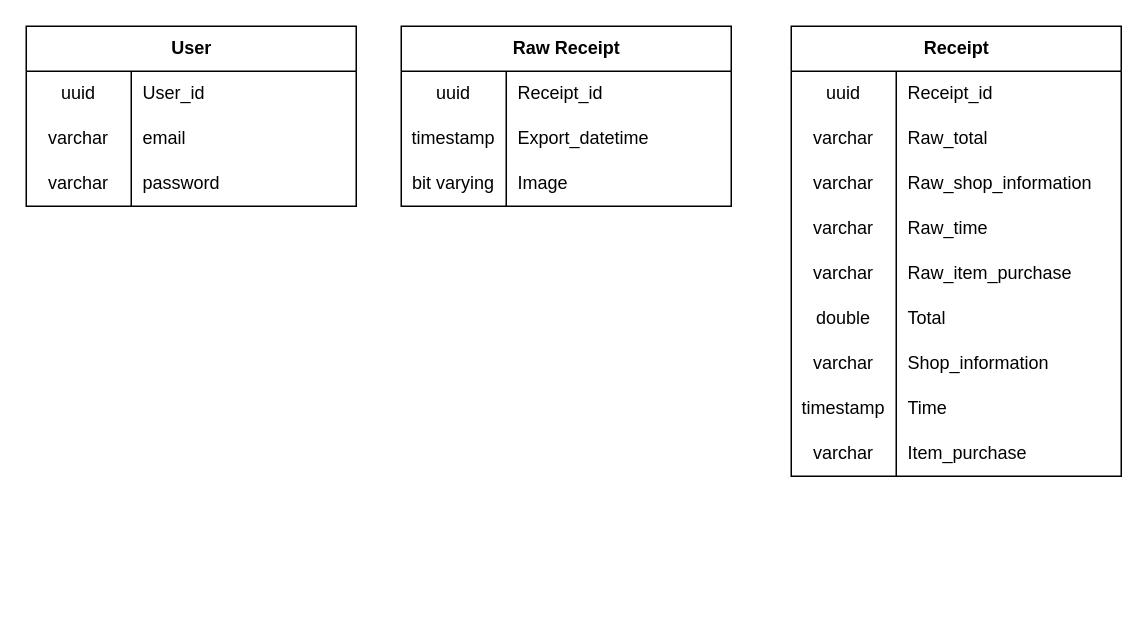
This is report/diagram/database class.drawio from DamienMauj/receipt_extractor, a draw.io file, before an edit. Source tidied: cells renumbered, new cells numbered last; positions are measured from the earlier drawing's top-left corner, leaving out a move shared by most shapes. Both pictures are drawn from the tidied source at 150%, with x=0, y=0 at pixel (26, 26).
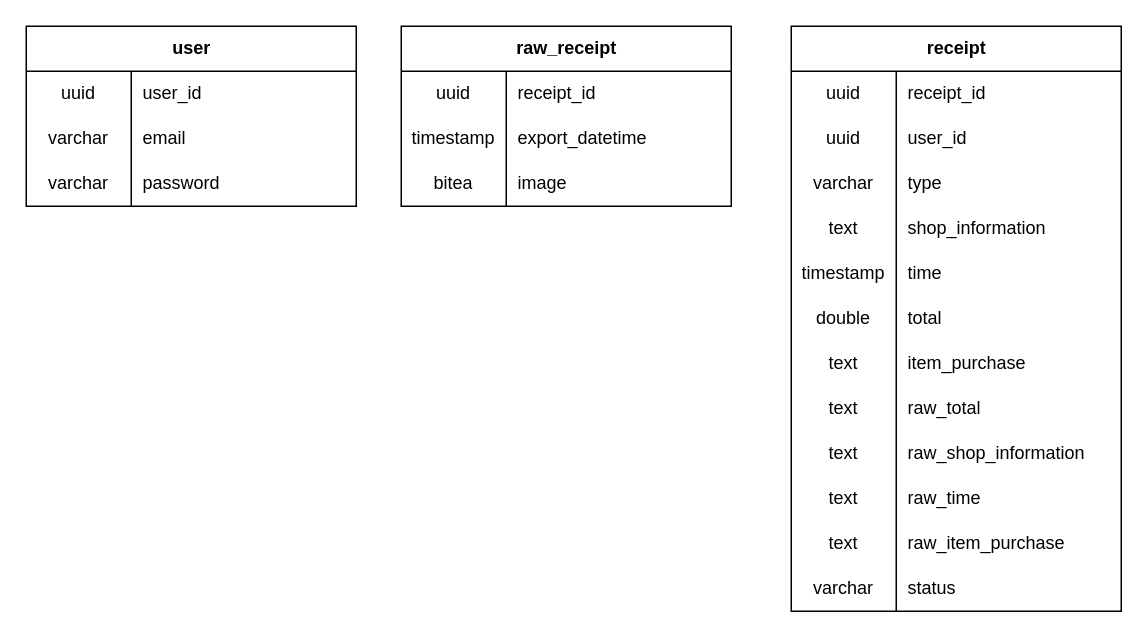
After the change.

The change refers to these unchanged cells:
```xml
<mxCell id="3" style="shape=tableRow;horizontal=0;startSize=0;swimlaneHead=0;swimlaneBody=0;fillColor=none;top=0;left=0;right=0;bottom=0;" parent="2" vertex="1">
  <mxGeometry y="30" width="220" height="30" as="geometry" />
</mxCell>
<mxCell id="13" style="shape=tableRow;horizontal=0;startSize=0;swimlaneHead=0;swimlaneBody=0;fillColor=none;top=0;left=0;right=0;bottom=0;" parent="12" vertex="1">
  <mxGeometry y="30" width="220" height="30" as="geometry" />
</mxCell>
<mxCell id="16" style="shape=tableRow;horizontal=0;startSize=0;swimlaneHead=0;swimlaneBody=0;fillColor=none;top=0;left=0;right=0;bottom=0;" parent="12" vertex="1">
  <mxGeometry y="60" width="220" height="30" as="geometry" />
</mxCell>
<mxCell id="19" style="shape=tableRow;horizontal=0;startSize=0;swimlaneHead=0;swimlaneBody=0;fillColor=none;top=0;left=0;right=0;bottom=0;" parent="12" vertex="1">
  <mxGeometry y="90" width="220" height="30" as="geometry" />
</mxCell>
<mxCell id="23" style="shape=tableRow;horizontal=0;startSize=0;swimlaneHead=0;swimlaneBody=0;fillColor=none;top=0;left=0;right=0;bottom=0;" parent="22" vertex="1">
  <mxGeometry y="30" width="220" height="30" as="geometry" />
</mxCell>
```

What changed in the source:
```diff
@@
-    <mxCell id="2" value="User" style="shape=table;startSize=30;childLayout=tableLayout;rowLines=0;fontStyle=1;align=center;html=1;" parent="1" vertex="1">
+    <mxCell id="2" value="user" style="shape=table;startSize=30;childLayout=tableLayout;rowLines=0;fontStyle=1;align=center;html=1;" parent="1" vertex="1">
       <mxGeometry width="220" height="120" as="geometry" />
     </mxCell>
@@
-    <mxCell id="5" value="User_id" style="shape=partialRectangle;fillColor=none;top=0;left=0;bottom=0;right=0;align=left;spacingLeft=6;overflow=hidden;whiteSpace=wrap;html=1;" parent="3" vertex="1">
+    <mxCell id="5" value="user_id" style="shape=partialRectangle;fillColor=none;top=0;left=0;bottom=0;right=0;align=left;spacingLeft=6;overflow=hidden;whiteSpace=wrap;html=1;" parent="3" vertex="1">
       <mxGeometry x="70" width="150" height="30" as="geometry" />
     </mxCell>
@@
-    <mxCell id="12" value="Raw Receipt" style="shape=table;startSize=30;childLayout=tableLayout;rowLines=0;fontStyle=1;align=center;html=1;" parent="1" vertex="1">
+    <mxCell id="12" value="raw_receipt" style="shape=table;startSize=30;childLayout=tableLayout;rowLines=0;fontStyle=1;align=center;html=1;" parent="1" vertex="1">
       <mxGeometry x="250" width="220" height="120" as="geometry" />
     </mxCell>
@@
-    <mxCell id="15" value="Receipt_id" style="shape=partialRectangle;fillColor=none;top=0;left=0;bottom=0;right=0;align=left;spacingLeft=6;overflow=hidden;whiteSpace=wrap;html=1;" parent="13" vertex="1">
+    <mxCell id="15" value="receipt_id" style="shape=partialRectangle;fillColor=none;top=0;left=0;bottom=0;right=0;align=left;spacingLeft=6;overflow=hidden;whiteSpace=wrap;html=1;" parent="13" vertex="1">
       <mxGeometry x="70" width="150" height="30" as="geometry" />
     </mxCell>
@@
-    <mxCell id="18" value="Export_datetime" style="shape=partialRectangle;fillColor=none;top=0;left=0;bottom=0;right=0;align=left;spacingLeft=6;overflow=hidden;whiteSpace=wrap;html=1;" parent="16" vertex="1">
+    <mxCell id="18" value="export_datetime" style="shape=partialRectangle;fillColor=none;top=0;left=0;bottom=0;right=0;align=left;spacingLeft=6;overflow=hidden;whiteSpace=wrap;html=1;" parent="16" vertex="1">
       <mxGeometry x="70" width="150" height="30" as="geometry" />
     </mxCell>
@@
-    <mxCell id="20" value="bit varying" style="shape=partialRectangle;fillColor=none;top=0;left=0;bottom=0;right=0;overflow=hidden;whiteSpace=wrap;html=1;" parent="19" vertex="1">
+    <mxCell id="20" value="bitea" style="shape=partialRectangle;fillColor=none;top=0;left=0;bottom=0;right=0;overflow=hidden;whiteSpace=wrap;html=1;" parent="19" vertex="1">
       <mxGeometry width="70" height="30" as="geometry" />
     </mxCell>
-    <mxCell id="21" value="Image" style="shape=partialRectangle;fillColor=none;top=0;left=0;bottom=0;right=0;align=left;spacingLeft=6;overflow=hidden;whiteSpace=wrap;html=1;" parent="19" vertex="1">
+    <mxCell id="21" value="image" style="shape=partialRectangle;fillColor=none;top=0;left=0;bottom=0;right=0;align=left;spacingLeft=6;overflow=hidden;whiteSpace=wrap;html=1;" parent="19" vertex="1">
       <mxGeometry x="70" width="150" height="30" as="geometry" />
     </mxCell>
-    <mxCell id="22" value="Receipt" style="shape=table;startSize=30;childLayout=tableLayout;rowLines=0;fontStyle=1;align=center;html=1;" parent="1" vertex="1">
-      <mxGeometry x="510" width="220" height="300" as="geometry" />
+    <mxCell id="22" value="receipt" style="shape=table;startSize=30;childLayout=tableLayout;rowLines=0;fontStyle=1;align=center;html=1;" parent="1" vertex="1">
+      <mxGeometry x="510" width="220" height="390" as="geometry" />
     </mxCell>
@@
-    <mxCell id="25" value="Receipt_id" style="shape=partialRectangle;fillColor=none;top=0;left=0;bottom=0;right=0;align=left;spacingLeft=6;overflow=hidden;whiteSpace=wrap;html=1;" parent="23" vertex="1">
+    <mxCell id="25" value="receipt_id" style="shape=partialRectangle;fillColor=none;top=0;left=0;bottom=0;right=0;align=left;spacingLeft=6;overflow=hidden;whiteSpace=wrap;html=1;" parent="23" vertex="1">
       <mxGeometry x="70" width="150" height="30" as="geometry" />
     </mxCell>
+    <mxCell id="50" style="shape=tableRow;horizontal=0;startSize=0;swimlaneHead=0;swimlaneBody=0;fillColor=none;top=0;left=0;right=0;bottom=0;" parent="22" vertex="1">
+      <mxGeometry y="60" width="220" height="30" as="geometry" />
+    </mxCell>
+    <mxCell id="51" value="uuid" style="shape=partialRectangle;fillColor=none;top=0;left=0;bottom=0;right=0;overflow=hidden;whiteSpace=wrap;html=1;" parent="50" vertex="1">
+      <mxGeometry width="70" height="30" as="geometry" />
+    </mxCell>
+    <mxCell id="52" value="user_id" style="shape=partialRectangle;fillColor=none;top=0;left=0;bottom=0;right=0;align=left;spacingLeft=6;overflow=hidden;whiteSpace=wrap;html=1;" parent="50" vertex="1">
+      <mxGeometry x="70" width="150" height="30" as="geometry" />
+    </mxCell>
+    <mxCell id="53" style="shape=tableRow;horizontal=0;startSize=0;swimlaneHead=0;swimlaneBody=0;fillColor=none;top=0;left=0;right=0;bottom=0;" parent="22" vertex="1">
+      <mxGeometry y="90" width="220" height="30" as="geometry" />
+    </mxCell>
+    <mxCell id="54" value="varchar" style="shape=partialRectangle;fillColor=none;top=0;left=0;bottom=0;right=0;overflow=hidden;whiteSpace=wrap;html=1;" parent="53" vertex="1">
+      <mxGeometry width="70" height="30" as="geometry" />
+    </mxCell>
+    <mxCell id="55" value="type" style="shape=partialRectangle;fillColor=none;top=0;left=0;bottom=0;right=0;align=left;spacingLeft=6;overflow=hidden;whiteSpace=wrap;html=1;" parent="53" vertex="1">
+      <mxGeometry x="70" width="150" height="30" as="geometry" />
+    </mxCell>
+    <mxCell id="41" style="shape=tableRow;horizontal=0;startSize=0;swimlaneHead=0;swimlaneBody=0;fillColor=none;top=0;left=0;right=0;bottom=0;" parent="22" vertex="1">
+      <mxGeometry y="120" width="220" height="30" as="geometry" />
+    </mxCell>
+    <mxCell id="42" value="text" style="shape=partialRectangle;fillColor=none;top=0;left=0;bottom=0;right=0;overflow=hidden;whiteSpace=wrap;html=1;" parent="41" vertex="1">
+      <mxGeometry width="70" height="30" as="geometry" />
+    </mxCell>
+    <mxCell id="43" value="shop_information" style="shape=partialRectangle;fillColor=none;top=0;left=0;bottom=0;right=0;align=left;spacingLeft=6;overflow=hidden;whiteSpace=wrap;html=1;" parent="41" vertex="1">
+      <mxGeometry x="70" width="150" height="30" as="geometry" />
+    </mxCell>
+    <mxCell id="44" style="shape=tableRow;horizontal=0;startSize=0;swimlaneHead=0;swimlaneBody=0;fillColor=none;top=0;left=0;right=0;bottom=0;" parent="22" vertex="1">
+      <mxGeometry y="150" width="220" height="30" as="geometry" />
+    </mxCell>
+    <mxCell id="45" value="timestamp" style="shape=partialRectangle;fillColor=none;top=0;left=0;bottom=0;right=0;overflow=hidden;whiteSpace=wrap;html=1;" parent="44" vertex="1">
+      <mxGeometry width="70" height="30" as="geometry" />
+    </mxCell>
+    <mxCell id="46" value="time" style="shape=partialRectangle;fillColor=none;top=0;left=0;bottom=0;right=0;align=left;spacingLeft=6;overflow=hidden;whiteSpace=wrap;html=1;" parent="44" vertex="1">
+      <mxGeometry x="70" width="150" height="30" as="geometry" />
+    </mxCell>
+    <mxCell id="38" style="shape=tableRow;horizontal=0;startSize=0;swimlaneHead=0;swimlaneBody=0;fillColor=none;top=0;left=0;right=0;bottom=0;" parent="22" vertex="1">
+      <mxGeometry y="180" width="220" height="30" as="geometry" />
+    </mxCell>
+    <mxCell id="39" value="double" style="shape=partialRectangle;fillColor=none;top=0;left=0;bottom=0;right=0;overflow=hidden;whiteSpace=wrap;html=1;" parent="38" vertex="1">
+      <mxGeometry width="70" height="30" as="geometry" />
+    </mxCell>
+    <mxCell id="40" value="total" style="shape=partialRectangle;fillColor=none;top=0;left=0;bottom=0;right=0;align=left;spacingLeft=6;overflow=hidden;whiteSpace=wrap;html=1;" parent="38" vertex="1">
+      <mxGeometry x="70" width="150" height="30" as="geometry" />
+    </mxCell>
+    <mxCell id="47" style="shape=tableRow;horizontal=0;startSize=0;swimlaneHead=0;swimlaneBody=0;fillColor=none;top=0;left=0;right=0;bottom=0;" parent="22" vertex="1">
+      <mxGeometry y="210" width="220" height="30" as="geometry" />
+    </mxCell>
+    <mxCell id="48" value="text" style="shape=partialRectangle;fillColor=none;top=0;left=0;bottom=0;right=0;overflow=hidden;whiteSpace=wrap;html=1;" parent="47" vertex="1">
+      <mxGeometry width="70" height="30" as="geometry" />
+    </mxCell>
+    <mxCell id="49" value="item_purchase" style="shape=partialRectangle;fillColor=none;top=0;left=0;bottom=0;right=0;align=left;spacingLeft=6;overflow=hidden;whiteSpace=wrap;html=1;" parent="47" vertex="1">
+      <mxGeometry x="70" width="150" height="30" as="geometry" />
+    </mxCell>
     <mxCell id="26" style="shape=tableRow;horizontal=0;startSize=0;swimlaneHead=0;swimlaneBody=0;fillColor=none;top=0;left=0;right=0;bottom=0;" parent="22" vertex="1">
-      <mxGeometry y="60" width="220" height="30" as="geometry" />
+      <mxGeometry y="240" width="220" height="30" as="geometry" />
     </mxCell>
-    <mxCell id="27" value="varchar" style="shape=partialRectangle;fillColor=none;top=0;left=0;bottom=0;right=0;overflow=hidden;whiteSpace=wrap;html=1;" parent="26" vertex="1">
+    <mxCell id="27" value="text" style="shape=partialRectangle;fillColor=none;top=0;left=0;bottom=0;right=0;overflow=hidden;whiteSpace=wrap;html=1;" parent="26" vertex="1">
       <mxGeometry width="70" height="30" as="geometry" />
     </mxCell>
-    <mxCell id="28" value="Raw_total" style="shape=partialRectangle;fillColor=none;top=0;left=0;bottom=0;right=0;align=left;spacingLeft=6;overflow=hidden;whiteSpace=wrap;html=1;" parent="26" vertex="1">
+    <mxCell id="28" value="raw_total" style="shape=partialRectangle;fillColor=none;top=0;left=0;bottom=0;right=0;align=left;spacingLeft=6;overflow=hidden;whiteSpace=wrap;html=1;" parent="26" vertex="1">
       <mxGeometry x="70" width="150" height="30" as="geometry" />
     </mxCell>
     <mxCell id="29" style="shape=tableRow;horizontal=0;startSize=0;swimlaneHead=0;swimlaneBody=0;fillColor=none;top=0;left=0;right=0;bottom=0;" parent="22" vertex="1">
-      <mxGeometry y="90" width="220" height="30" as="geometry" />
+      <mxGeometry y="270" width="220" height="30" as="geometry" />
     </mxCell>
-    <mxCell id="30" value="varchar" style="shape=partialRectangle;fillColor=none;top=0;left=0;bottom=0;right=0;overflow=hidden;whiteSpace=wrap;html=1;" parent="29" vertex="1">
+    <mxCell id="30" value="text" style="shape=partialRectangle;fillColor=none;top=0;left=0;bottom=0;right=0;overflow=hidden;whiteSpace=wrap;html=1;" parent="29" vertex="1">
       <mxGeometry width="70" height="30" as="geometry" />
     </mxCell>
-    <mxCell id="31" value="Raw_shop_information" style="shape=partialRectangle;fillColor=none;top=0;left=0;bottom=0;right=0;align=left;spacingLeft=6;overflow=hidden;whiteSpace=wrap;html=1;" parent="29" vertex="1">
+    <mxCell id="31" value="raw_shop_information" style="shape=partialRectangle;fillColor=none;top=0;left=0;bottom=0;right=0;align=left;spacingLeft=6;overflow=hidden;whiteSpace=wrap;html=1;" parent="29" vertex="1">
       <mxGeometry x="70" width="150" height="30" as="geometry" />
     </mxCell>
     <mxCell id="32" style="shape=tableRow;horizontal=0;startSize=0;swimlaneHead=0;swimlaneBody=0;fillColor=none;top=0;left=0;right=0;bottom=0;" parent="22" vertex="1">
-      <mxGeometry y="120" width="220" height="30" as="geometry" />
+      <mxGeometry y="300" width="220" height="30" as="geometry" />
     </mxCell>
-    <mxCell id="33" value="varchar" style="shape=partialRectangle;fillColor=none;top=0;left=0;bottom=0;right=0;overflow=hidden;whiteSpace=wrap;html=1;" parent="32" vertex="1">
+    <mxCell id="33" value="text" style="shape=partialRectangle;fillColor=none;top=0;left=0;bottom=0;right=0;overflow=hidden;whiteSpace=wrap;html=1;" parent="32" vertex="1">
       <mxGeometry width="70" height="30" as="geometry" />
     </mxCell>
-    <mxCell id="34" value="Raw_time" style="shape=partialRectangle;fillColor=none;top=0;left=0;bottom=0;right=0;align=left;spacingLeft=6;overflow=hidden;whiteSpace=wrap;html=1;" parent="32" vertex="1">
+    <mxCell id="34" value="raw_time" style="shape=partialRectangle;fillColor=none;top=0;left=0;bottom=0;right=0;align=left;spacingLeft=6;overflow=hidden;whiteSpace=wrap;html=1;" parent="32" vertex="1">
       <mxGeometry x="70" width="150" height="30" as="geometry" />
     </mxCell>
     <mxCell id="35" style="shape=tableRow;horizontal=0;startSize=0;swimlaneHead=0;swimlaneBody=0;fillColor=none;top=0;left=0;right=0;bottom=0;" parent="22" vertex="1">
-      <mxGeometry y="150" width="220" height="30" as="geometry" />
+      <mxGeometry y="330" width="220" height="30" as="geometry" />
     </mxCell>
-    <mxCell id="36" value="varchar" style="shape=partialRectangle;fillColor=none;top=0;left=0;bottom=0;right=0;overflow=hidden;whiteSpace=wrap;html=1;" parent="35" vertex="1">
+    <mxCell id="36" value="text" style="shape=partialRectangle;fillColor=none;top=0;left=0;bottom=0;right=0;overflow=hidden;whiteSpace=wrap;html=1;" parent="35" vertex="1">
       <mxGeometry width="70" height="30" as="geometry" />
     </mxCell>
-    <mxCell id="37" value="Raw_item_purchase&amp;nbsp;" style="shape=partialRectangle;fillColor=none;top=0;left=0;bottom=0;right=0;align=left;spacingLeft=6;overflow=hidden;whiteSpace=wrap;html=1;" parent="35" vertex="1">
+    <mxCell id="37" value="raw_item_purchase&amp;nbsp;" style="shape=partialRectangle;fillColor=none;top=0;left=0;bottom=0;right=0;align=left;spacingLeft=6;overflow=hidden;whiteSpace=wrap;html=1;" parent="35" vertex="1">
       <mxGeometry x="70" width="150" height="30" as="geometry" />
     </mxCell>
-    <mxCell id="38" style="shape=tableRow;horizontal=0;startSize=0;swimlaneHead=0;swimlaneBody=0;fillColor=none;top=0;left=0;right=0;bottom=0;" parent="22" vertex="1">
-      <mxGeometry y="180" width="220" height="30" as="geometry" />
-    </mxCell>
-    <mxCell id="39" value="double" style="shape=partialRectangle;fillColor=none;top=0;left=0;bottom=0;right=0;overflow=hidden;whiteSpace=wrap;html=1;" parent="38" vertex="1">
-      <mxGeometry width="70" height="30" as="geometry" />
-    </mxCell>
-    <mxCell id="40" value="Total" style="shape=partialRectangle;fillColor=none;top=0;left=0;bottom=0;right=0;align=left;spacingLeft=6;overflow=hidden;whiteSpace=wrap;html=1;" parent="38" vertex="1">
-      <mxGeometry x="70" width="150" height="30" as="geometry" />
-    </mxCell>
-    <mxCell id="41" style="shape=tableRow;horizontal=0;startSize=0;swimlaneHead=0;swimlaneBody=0;fillColor=none;top=0;left=0;right=0;bottom=0;" parent="22" vertex="1">
-      <mxGeometry y="210" width="220" height="30" as="geometry" />
-    </mxCell>
-    <mxCell id="42" value="varchar" style="shape=partialRectangle;fillColor=none;top=0;left=0;bottom=0;right=0;overflow=hidden;whiteSpace=wrap;html=1;" parent="41" vertex="1">
-      <mxGeometry width="70" height="30" as="geometry" />
-    </mxCell>
-    <mxCell id="43" value="Shop_information" style="shape=partialRectangle;fillColor=none;top=0;left=0;bottom=0;right=0;align=left;spacingLeft=6;overflow=hidden;whiteSpace=wrap;html=1;" parent="41" vertex="1">
-      <mxGeometry x="70" width="150" height="30" as="geometry" />
-    </mxCell>
-    <mxCell id="44" style="shape=tableRow;horizontal=0;startSize=0;swimlaneHead=0;swimlaneBody=0;fillColor=none;top=0;left=0;right=0;bottom=0;" parent="22" vertex="1">
-      <mxGeometry y="240" width="220" height="30" as="geometry" />
-    </mxCell>
-    <mxCell id="45" value="timestamp" style="shape=partialRectangle;fillColor=none;top=0;left=0;bottom=0;right=0;overflow=hidden;whiteSpace=wrap;html=1;" parent="44" vertex="1">
-      <mxGeometry width="70" height="30" as="geometry" />
-    </mxCell>
-    <mxCell id="46" value="Time" style="shape=partialRectangle;fillColor=none;top=0;left=0;bottom=0;right=0;align=left;spacingLeft=6;overflow=hidden;whiteSpace=wrap;html=1;" parent="44" vertex="1">
-      <mxGeometry x="70" width="150" height="30" as="geometry" />
-    </mxCell>
-    <mxCell id="47" style="shape=tableRow;horizontal=0;startSize=0;swimlaneHead=0;swimlaneBody=0;fillColor=none;top=0;left=0;right=0;bottom=0;" parent="22" vertex="1">
-      <mxGeometry y="270" width="220" height="30" as="geometry" />
-    </mxCell>
-    <mxCell id="48" value="varchar" style="shape=partialRectangle;fillColor=none;top=0;left=0;bottom=0;right=0;overflow=hidden;whiteSpace=wrap;html=1;" parent="47" vertex="1">
-      <mxGeometry width="70" height="30" as="geometry" />
-    </mxCell>
-    <mxCell id="49" value="Item_purchase" style="shape=partialRectangle;fillColor=none;top=0;left=0;bottom=0;right=0;align=left;spacingLeft=6;overflow=hidden;whiteSpace=wrap;html=1;" parent="47" vertex="1">
-      <mxGeometry x="70" width="150" height="30" as="geometry" />
-    </mxCell>
+    <mxCell id="56" style="shape=tableRow;horizontal=0;startSize=0;swimlaneHead=0;swimlaneBody=0;fillColor=none;top=0;left=0;right=0;bottom=0;" parent="22" vertex="1">
+      <mxGeometry y="360" width="220" height="30" as="geometry" />
+    </mxCell>
+    <mxCell id="57" value="varchar" style="shape=partialRectangle;fillColor=none;top=0;left=0;bottom=0;right=0;overflow=hidden;whiteSpace=wrap;html=1;" parent="56" vertex="1">
+      <mxGeometry width="70" height="30" as="geometry" />
+    </mxCell>
+    <mxCell id="58" value="status" style="shape=partialRectangle;fillColor=none;top=0;left=0;bottom=0;right=0;align=left;spacingLeft=6;overflow=hidden;whiteSpace=wrap;html=1;" parent="56" vertex="1">
+      <mxGeometry x="70" width="150" height="30" as="geometry" />
+    </mxCell>
```
